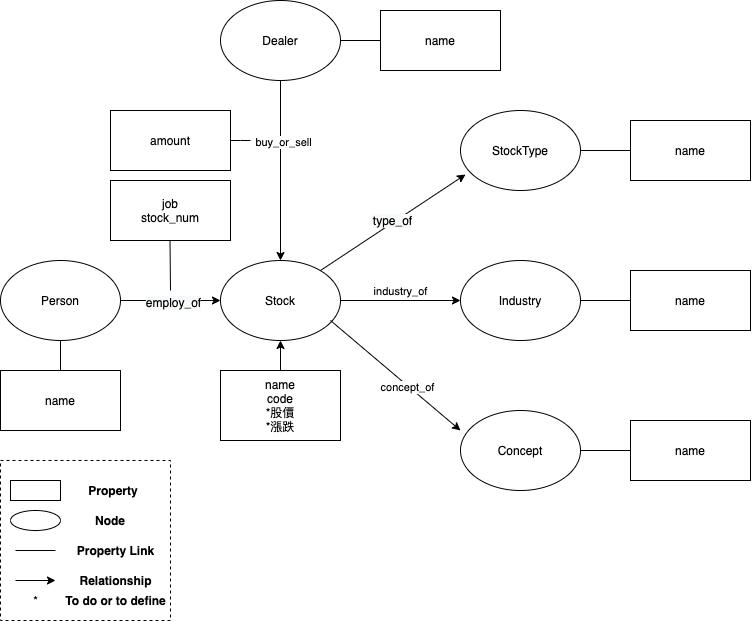
This is img/stock_kg_structure.png from jojowither/Taiwan-Stock-Knowledge-Graph, a draw.io export, as it was before one commit. Source tidied: cells renumbered, new cells last; positions are measured from the earlier drawing's top-left corner, leaving out a move shared by most shapes. Source of this version:
```xml
<mxGraphModel>
  <root>
    <mxCell id="0" />
    <mxCell id="1" parent="0" />
    <mxCell id="2" style="edgeStyle=orthogonalEdgeStyle;rounded=0;jettySize=auto;html=1;" parent="1" edge="1" source="4" target="7">
      <mxGeometry relative="1" as="geometry" />
    </mxCell>
    <mxCell id="3" value="&lt;span style=&quot;font-size: 12px ; background-color: rgb(248 , 249 , 250)&quot;&gt;employ_of&lt;/span&gt;" style="edgeLabel;html=1;align=center;verticalAlign=middle;" parent="2" vertex="1">
      <mxGeometry x="-0.22" y="-1" relative="1" as="geometry">
        <mxPoint x="11" y="-1" as="offset" />
      </mxGeometry>
    </mxCell>
    <mxCell id="4" value="Person" style="ellipse;whiteSpace=wrap;html=1;" parent="1" vertex="1">
      <mxGeometry y="260" width="120" height="80" as="geometry" />
    </mxCell>
    <mxCell id="5" style="edgeStyle=orthogonalEdgeStyle;rounded=0;jettySize=auto;html=1;endArrow=none;endFill=0;" parent="1" edge="1" source="6" target="4">
      <mxGeometry relative="1" as="geometry" />
    </mxCell>
    <mxCell id="6" value="name" style="rounded=0;whiteSpace=wrap;html=1;" parent="1" vertex="1">
      <mxGeometry y="370" width="120" height="60" as="geometry" />
    </mxCell>
    <mxCell id="7" value="Stock" style="ellipse;whiteSpace=wrap;html=1;" parent="1" vertex="1">
      <mxGeometry x="220" y="260" width="120" height="80" as="geometry" />
    </mxCell>
    <mxCell id="8" style="edgeStyle=orthogonalEdgeStyle;rounded=0;jettySize=auto;html=1;" parent="1" edge="1" source="9" target="7">
      <mxGeometry relative="1" as="geometry" />
    </mxCell>
    <mxCell id="9" value="name&lt;br&gt;code&lt;br&gt;*股價&lt;br&gt;*漲跌" style="rounded=0;whiteSpace=wrap;html=1;" parent="1" vertex="1">
      <mxGeometry x="220" y="370" width="120" height="70" as="geometry" />
    </mxCell>
    <mxCell id="10" style="edgeStyle=orthogonalEdgeStyle;rounded=0;jettySize=auto;html=1;endArrow=none;endFill=0;" parent="1" edge="1" source="11" target="13">
      <mxGeometry relative="1" as="geometry" />
    </mxCell>
    <mxCell id="11" value="StockType" style="ellipse;whiteSpace=wrap;html=1;" parent="1" vertex="1">
      <mxGeometry x="460" y="110" width="120" height="80" as="geometry" />
    </mxCell>
    <mxCell id="12" style="edgeStyle=orthogonalEdgeStyle;rounded=0;jettySize=auto;html=1;endArrow=none;endFill=0;" parent="1" edge="1" source="13" target="11">
      <mxGeometry relative="1" as="geometry" />
    </mxCell>
    <mxCell id="13" value="name" style="rounded=0;whiteSpace=wrap;html=1;" parent="1" vertex="1">
      <mxGeometry x="630" y="120" width="120" height="60" as="geometry" />
    </mxCell>
    <mxCell id="14" value="Industry" style="ellipse;whiteSpace=wrap;html=1;" parent="1" vertex="1">
      <mxGeometry x="460" y="260" width="120" height="80" as="geometry" />
    </mxCell>
    <mxCell id="15" style="edgeStyle=orthogonalEdgeStyle;rounded=0;jettySize=auto;html=1;endArrow=none;endFill=0;" parent="1" edge="1" source="16" target="14">
      <mxGeometry relative="1" as="geometry" />
    </mxCell>
    <mxCell id="16" value="name" style="rounded=0;whiteSpace=wrap;html=1;" parent="1" vertex="1">
      <mxGeometry x="630" y="270" width="120" height="60" as="geometry" />
    </mxCell>
    <mxCell id="17" value="Concept" style="ellipse;whiteSpace=wrap;html=1;" parent="1" vertex="1">
      <mxGeometry x="460" y="410" width="120" height="80" as="geometry" />
    </mxCell>
    <mxCell id="18" style="edgeStyle=orthogonalEdgeStyle;rounded=0;jettySize=auto;html=1;endArrow=none;endFill=0;" parent="1" edge="1" source="19" target="17">
      <mxGeometry relative="1" as="geometry" />
    </mxCell>
    <mxCell id="19" value="name" style="rounded=0;whiteSpace=wrap;html=1;" parent="1" vertex="1">
      <mxGeometry x="630" y="420" width="120" height="60" as="geometry" />
    </mxCell>
    <mxCell id="20" style="endArrow=classic;html=1;exitX=1;exitY=0.5;exitDx=0;exitDy=0;entryX=0;entryY=0.5;entryDx=0;entryDy=0;" parent="1" edge="1" source="7" target="14">
      <mxGeometry relative="1" as="geometry" />
    </mxCell>
    <mxCell id="21" style="endArrow=classic;html=1;entryX=0.042;entryY=0.8;entryDx=0;entryDy=0;entryPerimeter=0;" parent="1" edge="1" target="11">
      <mxGeometry relative="1" as="geometry">
        <mxPoint x="320" y="270" as="sourcePoint" />
      </mxGeometry>
    </mxCell>
    <mxCell id="22" value="&lt;span style=&quot;font-size: 12px ; background-color: rgb(248 , 249 , 250)&quot;&gt;type_of&lt;/span&gt;" style="edgeLabel;html=1;align=center;verticalAlign=middle;" parent="21" vertex="1">
      <mxGeometry x="0.01" y="4" relative="1" as="geometry" />
    </mxCell>
    <mxCell id="23" style="endArrow=classic;html=1;entryX=0;entryY=0.25;entryDx=0;entryDy=0;entryPerimeter=0;" parent="1" edge="1" target="17">
      <mxGeometry relative="1" as="geometry">
        <mxPoint x="330" y="320" as="sourcePoint" />
      </mxGeometry>
    </mxCell>
    <mxCell id="24" value="concept_of" style="edgeLabel;html=1;align=center;verticalAlign=middle;" parent="23" vertex="1">
      <mxGeometry x="0.17" y="-1" relative="1" as="geometry" />
    </mxCell>
    <mxCell id="25" value="&lt;span style=&quot;font-size: 11px ; background-color: rgb(255 , 255 , 255)&quot;&gt;industry_of&lt;/span&gt;" style="text;html=1;align=center;verticalAlign=middle;" parent="1" vertex="1">
      <mxGeometry x="365" y="280" width="70" height="20" as="geometry" />
    </mxCell>
    <mxCell id="26" value="job&lt;br&gt;stock_num" style="rounded=0;whiteSpace=wrap;html=1;" parent="1" vertex="1">
      <mxGeometry x="110" y="180" width="120" height="60" as="geometry" />
    </mxCell>
    <mxCell id="27" style="endArrow=none;html=1;endFill=0;" parent="1" edge="1">
      <mxGeometry relative="1" as="geometry">
        <mxPoint x="169.5" y="240" as="sourcePoint" />
        <mxPoint x="170" y="290" as="targetPoint" />
      </mxGeometry>
    </mxCell>
    <mxCell id="28" style="group;" parent="1" vertex="1">
      <mxGeometry y="460" width="175" height="160" as="geometry" />
    </mxCell>
    <mxCell id="29" style="group;dashed=1;strokeWidth=1;perimeterSpacing=2;strokeColor=#000000;" parent="28" vertex="1">
      <mxGeometry width="170" height="160" as="geometry" />
    </mxCell>
    <mxCell id="30" style="rounded=0;whiteSpace=wrap;html=1;" parent="28" vertex="1">
      <mxGeometry x="10" y="20" width="50" height="20" as="geometry" />
    </mxCell>
    <mxCell id="31" value="&lt;b&gt;Property&lt;/b&gt;" style="text;html=1;strokeColor=none;fillColor=none;align=center;verticalAlign=middle;whiteSpace=wrap;rounded=0;" parent="28" vertex="1">
      <mxGeometry x="93" y="20" width="40" height="20" as="geometry" />
    </mxCell>
    <mxCell id="32" style="ellipse;whiteSpace=wrap;html=1;" parent="28" vertex="1">
      <mxGeometry x="10" y="50" width="50" height="20" as="geometry" />
    </mxCell>
    <mxCell id="33" value="&lt;b&gt;Node&lt;/b&gt;" style="text;html=1;strokeColor=none;fillColor=none;align=center;verticalAlign=middle;whiteSpace=wrap;rounded=0;" parent="28" vertex="1">
      <mxGeometry x="90" y="50" width="40" height="20" as="geometry" />
    </mxCell>
    <mxCell id="34" style="endArrow=none;html=1;" parent="28" edge="1">
      <mxGeometry as="geometry">
        <mxPoint x="15" y="90" as="sourcePoint" />
        <mxPoint x="55" y="90" as="targetPoint" />
      </mxGeometry>
    </mxCell>
    <mxCell id="35" value="&lt;b&gt;Property Link&lt;/b&gt;" style="text;html=1;align=center;verticalAlign=middle;" parent="28" vertex="1">
      <mxGeometry x="70" y="80" width="90" height="20" as="geometry" />
    </mxCell>
    <mxCell id="36" style="endArrow=classic;html=1;" parent="28" edge="1">
      <mxGeometry as="geometry">
        <mxPoint x="15" y="120" as="sourcePoint" />
        <mxPoint x="55" y="120" as="targetPoint" />
      </mxGeometry>
    </mxCell>
    <mxCell id="37" value="&lt;b&gt;Relationship&lt;/b&gt;" style="text;html=1;align=center;verticalAlign=middle;" parent="28" vertex="1">
      <mxGeometry x="70" y="110" width="90" height="20" as="geometry" />
    </mxCell>
    <mxCell id="38" value="*" style="text;html=1;align=center;verticalAlign=middle;" parent="28" vertex="1">
      <mxGeometry x="25" y="130" width="20" height="20" as="geometry" />
    </mxCell>
    <mxCell id="39" value="&lt;b&gt;To do or to define&lt;/b&gt;" style="text;html=1;align=center;verticalAlign=middle;" parent="28" vertex="1">
      <mxGeometry x="55" y="130" width="120" height="20" as="geometry" />
    </mxCell>
    <mxCell id="40" style="edgeStyle=orthogonalEdgeStyle;rounded=0;jettySize=auto;html=1;" parent="1" edge="1" source="43" target="7">
      <mxGeometry relative="1" as="geometry" />
    </mxCell>
    <mxCell id="41" value="&lt;div style=&quot;background-color: rgb(34 , 38 , 40) ; line-height: 18px&quot;&gt;&lt;br&gt;&lt;/div&gt;" style="edgeLabel;html=1;align=center;verticalAlign=middle;" parent="40" vertex="1">
      <mxGeometry x="-0.38" y="1" relative="1" as="geometry" />
    </mxCell>
    <mxCell id="42" value="buy_or_sell" style="edgeLabel;html=1;align=center;verticalAlign=middle;" parent="40" vertex="1">
      <mxGeometry x="-0.3" y="1" relative="1" as="geometry">
        <mxPoint y="-3" as="offset" />
      </mxGeometry>
    </mxCell>
    <mxCell id="43" value="Dealer" style="ellipse;whiteSpace=wrap;html=1;" parent="1" vertex="1">
      <mxGeometry x="220" width="120" height="80" as="geometry" />
    </mxCell>
    <mxCell id="44" style="edgeStyle=orthogonalEdgeStyle;rounded=0;jettySize=auto;html=1;endArrow=none;endFill=0;" parent="1" edge="1" source="45" target="43">
      <mxGeometry relative="1" as="geometry" />
    </mxCell>
    <mxCell id="45" value="name" style="rounded=0;whiteSpace=wrap;html=1;" parent="1" vertex="1">
      <mxGeometry x="380" y="10" width="120" height="60" as="geometry" />
    </mxCell>
    <mxCell id="46" style="edgeStyle=orthogonalEdgeStyle;rounded=0;jettySize=auto;html=1;endArrow=none;endFill=0;" parent="1" edge="1" source="47">
      <mxGeometry relative="1" as="geometry">
        <mxPoint x="250" y="140" as="targetPoint" />
        <Array as="points">
          <mxPoint x="240" y="140" />
          <mxPoint x="240" y="140" />
        </Array>
      </mxGeometry>
    </mxCell>
    <mxCell id="47" value="amount" style="rounded=0;whiteSpace=wrap;html=1;" parent="1" vertex="1">
      <mxGeometry x="110" y="110" width="120" height="60" as="geometry" />
    </mxCell>
  </root>
</mxGraphModel>
```
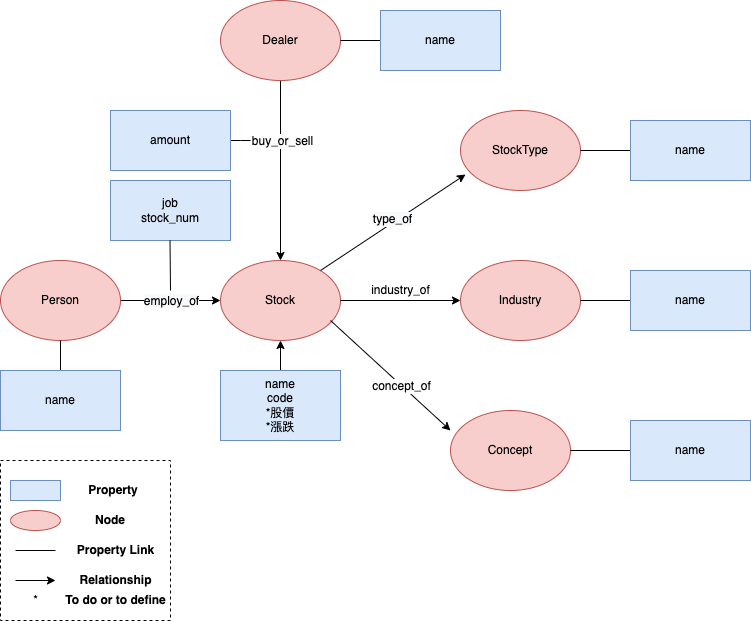
Above is the later version.

Change to the diagram source:
```diff
@@ -10,52 +10,52 @@
         <mxPoint x="11" y="-1" as="offset" />
       </mxGeometry>
     </mxCell>
-    <mxCell id="4" value="Person" style="ellipse;whiteSpace=wrap;html=1;" parent="1" vertex="1">
+    <mxCell id="4" value="Person" style="ellipse;whiteSpace=wrap;html=1;fillColor=#f8cecc;strokeColor=#b85450;" parent="1" vertex="1">
       <mxGeometry y="260" width="120" height="80" as="geometry" />
     </mxCell>
     <mxCell id="5" style="edgeStyle=orthogonalEdgeStyle;rounded=0;jettySize=auto;html=1;endArrow=none;endFill=0;" parent="1" edge="1" source="6" target="4">
       <mxGeometry relative="1" as="geometry" />
     </mxCell>
-    <mxCell id="6" value="name" style="rounded=0;whiteSpace=wrap;html=1;" parent="1" vertex="1">
+    <mxCell id="6" value="name" style="rounded=0;whiteSpace=wrap;html=1;fillColor=#dae8fc;strokeColor=#6c8ebf;" parent="1" vertex="1">
       <mxGeometry y="370" width="120" height="60" as="geometry" />
     </mxCell>
-    <mxCell id="7" value="Stock" style="ellipse;whiteSpace=wrap;html=1;" parent="1" vertex="1">
+    <mxCell id="7" value="Stock" style="ellipse;whiteSpace=wrap;html=1;fillColor=#f8cecc;strokeColor=#b85450;" parent="1" vertex="1">
       <mxGeometry x="220" y="260" width="120" height="80" as="geometry" />
     </mxCell>
     <mxCell id="8" style="edgeStyle=orthogonalEdgeStyle;rounded=0;jettySize=auto;html=1;" parent="1" edge="1" source="9" target="7">
       <mxGeometry relative="1" as="geometry" />
     </mxCell>
-    <mxCell id="9" value="name&lt;br&gt;code&lt;br&gt;*股價&lt;br&gt;*漲跌" style="rounded=0;whiteSpace=wrap;html=1;" parent="1" vertex="1">
+    <mxCell id="9" value="name&lt;br&gt;code&lt;br&gt;*股價&lt;br&gt;*漲跌" style="rounded=0;whiteSpace=wrap;html=1;fillColor=#dae8fc;strokeColor=#6c8ebf;" parent="1" vertex="1">
       <mxGeometry x="220" y="370" width="120" height="70" as="geometry" />
     </mxCell>
     <mxCell id="10" style="edgeStyle=orthogonalEdgeStyle;rounded=0;jettySize=auto;html=1;endArrow=none;endFill=0;" parent="1" edge="1" source="11" target="13">
       <mxGeometry relative="1" as="geometry" />
     </mxCell>
-    <mxCell id="11" value="StockType" style="ellipse;whiteSpace=wrap;html=1;" parent="1" vertex="1">
+    <mxCell id="11" value="StockType" style="ellipse;whiteSpace=wrap;html=1;fillColor=#f8cecc;strokeColor=#b85450;" parent="1" vertex="1">
       <mxGeometry x="460" y="110" width="120" height="80" as="geometry" />
     </mxCell>
     <mxCell id="12" style="edgeStyle=orthogonalEdgeStyle;rounded=0;jettySize=auto;html=1;endArrow=none;endFill=0;" parent="1" edge="1" source="13" target="11">
       <mxGeometry relative="1" as="geometry" />
     </mxCell>
-    <mxCell id="13" value="name" style="rounded=0;whiteSpace=wrap;html=1;" parent="1" vertex="1">
+    <mxCell id="13" value="name" style="rounded=0;whiteSpace=wrap;html=1;fillColor=#dae8fc;strokeColor=#6c8ebf;" parent="1" vertex="1">
       <mxGeometry x="630" y="120" width="120" height="60" as="geometry" />
     </mxCell>
-    <mxCell id="14" value="Industry" style="ellipse;whiteSpace=wrap;html=1;" parent="1" vertex="1">
+    <mxCell id="14" value="Industry" style="ellipse;whiteSpace=wrap;html=1;fillColor=#f8cecc;strokeColor=#b85450;" parent="1" vertex="1">
       <mxGeometry x="460" y="260" width="120" height="80" as="geometry" />
     </mxCell>
     <mxCell id="15" style="edgeStyle=orthogonalEdgeStyle;rounded=0;jettySize=auto;html=1;endArrow=none;endFill=0;" parent="1" edge="1" source="16" target="14">
       <mxGeometry relative="1" as="geometry" />
     </mxCell>
-    <mxCell id="16" value="name" style="rounded=0;whiteSpace=wrap;html=1;" parent="1" vertex="1">
+    <mxCell id="16" value="name" style="rounded=0;whiteSpace=wrap;html=1;fillColor=#dae8fc;strokeColor=#6c8ebf;" parent="1" vertex="1">
       <mxGeometry x="630" y="270" width="120" height="60" as="geometry" />
     </mxCell>
-    <mxCell id="17" value="Concept" style="ellipse;whiteSpace=wrap;html=1;" parent="1" vertex="1">
-      <mxGeometry x="460" y="410" width="120" height="80" as="geometry" />
+    <mxCell id="17" value="Concept" style="ellipse;whiteSpace=wrap;html=1;fillColor=#f8cecc;strokeColor=#b85450;" parent="1" vertex="1">
+      <mxGeometry x="450" y="410" width="120" height="80" as="geometry" />
     </mxCell>
     <mxCell id="18" style="edgeStyle=orthogonalEdgeStyle;rounded=0;jettySize=auto;html=1;endArrow=none;endFill=0;" parent="1" edge="1" source="19" target="17">
       <mxGeometry relative="1" as="geometry" />
     </mxCell>
-    <mxCell id="19" value="name" style="rounded=0;whiteSpace=wrap;html=1;" parent="1" vertex="1">
+    <mxCell id="19" value="name" style="rounded=0;whiteSpace=wrap;html=1;fillColor=#dae8fc;strokeColor=#6c8ebf;" parent="1" vertex="1">
       <mxGeometry x="630" y="420" width="120" height="60" as="geometry" />
     </mxCell>
     <mxCell id="20" style="endArrow=classic;html=1;exitX=1;exitY=0.5;exitDx=0;exitDy=0;entryX=0;entryY=0.5;entryDx=0;entryDy=0;" parent="1" edge="1" source="7" target="14">
@@ -80,7 +80,7 @@
     <mxCell id="25" value="&lt;span style=&quot;font-size: 11px ; background-color: rgb(255 , 255 , 255)&quot;&gt;industry_of&lt;/span&gt;" style="text;html=1;align=center;verticalAlign=middle;" parent="1" vertex="1">
       <mxGeometry x="365" y="280" width="70" height="20" as="geometry" />
     </mxCell>
-    <mxCell id="26" value="job&lt;br&gt;stock_num" style="rounded=0;whiteSpace=wrap;html=1;" parent="1" vertex="1">
+    <mxCell id="26" value="job&lt;br&gt;stock_num" style="rounded=0;whiteSpace=wrap;html=1;fillColor=#dae8fc;strokeColor=#6c8ebf;" parent="1" vertex="1">
       <mxGeometry x="110" y="180" width="120" height="60" as="geometry" />
     </mxCell>
     <mxCell id="27" style="endArrow=none;html=1;endFill=0;" parent="1" edge="1">
@@ -95,13 +95,13 @@
     <mxCell id="29" style="group;dashed=1;strokeWidth=1;perimeterSpacing=2;strokeColor=#000000;" parent="28" vertex="1">
       <mxGeometry width="170" height="160" as="geometry" />
     </mxCell>
-    <mxCell id="30" style="rounded=0;whiteSpace=wrap;html=1;" parent="28" vertex="1">
+    <mxCell id="30" style="rounded=0;whiteSpace=wrap;html=1;fillColor=#dae8fc;strokeColor=#6c8ebf;" parent="28" vertex="1">
       <mxGeometry x="10" y="20" width="50" height="20" as="geometry" />
     </mxCell>
     <mxCell id="31" value="&lt;b&gt;Property&lt;/b&gt;" style="text;html=1;strokeColor=none;fillColor=none;align=center;verticalAlign=middle;whiteSpace=wrap;rounded=0;" parent="28" vertex="1">
       <mxGeometry x="93" y="20" width="40" height="20" as="geometry" />
     </mxCell>
-    <mxCell id="32" style="ellipse;whiteSpace=wrap;html=1;" parent="28" vertex="1">
+    <mxCell id="32" style="ellipse;whiteSpace=wrap;html=1;fillColor=#f8cecc;strokeColor=#b85450;" parent="28" vertex="1">
       <mxGeometry x="10" y="50" width="50" height="20" as="geometry" />
     </mxCell>
     <mxCell id="33" value="&lt;b&gt;Node&lt;/b&gt;" style="text;html=1;strokeColor=none;fillColor=none;align=center;verticalAlign=middle;whiteSpace=wrap;rounded=0;" parent="28" vertex="1">
@@ -142,13 +142,13 @@
         <mxPoint y="-3" as="offset" />
       </mxGeometry>
     </mxCell>
-    <mxCell id="43" value="Dealer" style="ellipse;whiteSpace=wrap;html=1;" parent="1" vertex="1">
+    <mxCell id="43" value="Dealer" style="ellipse;whiteSpace=wrap;html=1;fillColor=#f8cecc;strokeColor=#b85450;" parent="1" vertex="1">
       <mxGeometry x="220" width="120" height="80" as="geometry" />
     </mxCell>
     <mxCell id="44" style="edgeStyle=orthogonalEdgeStyle;rounded=0;jettySize=auto;html=1;endArrow=none;endFill=0;" parent="1" edge="1" source="45" target="43">
       <mxGeometry relative="1" as="geometry" />
     </mxCell>
-    <mxCell id="45" value="name" style="rounded=0;whiteSpace=wrap;html=1;" parent="1" vertex="1">
+    <mxCell id="45" value="name" style="rounded=0;whiteSpace=wrap;html=1;fillColor=#dae8fc;strokeColor=#6c8ebf;" parent="1" vertex="1">
       <mxGeometry x="380" y="10" width="120" height="60" as="geometry" />
     </mxCell>
     <mxCell id="46" style="edgeStyle=orthogonalEdgeStyle;rounded=0;jettySize=auto;html=1;endArrow=none;endFill=0;" parent="1" edge="1" source="47">
@@ -160,7 +160,7 @@
         </Array>
       </mxGeometry>
     </mxCell>
-    <mxCell id="47" value="amount" style="rounded=0;whiteSpace=wrap;html=1;" parent="1" vertex="1">
+    <mxCell id="47" value="amount" style="rounded=0;whiteSpace=wrap;html=1;fillColor=#dae8fc;strokeColor=#6c8ebf;" parent="1" vertex="1">
       <mxGeometry x="110" y="110" width="120" height="60" as="geometry" />
     </mxCell>
   </root>
```
